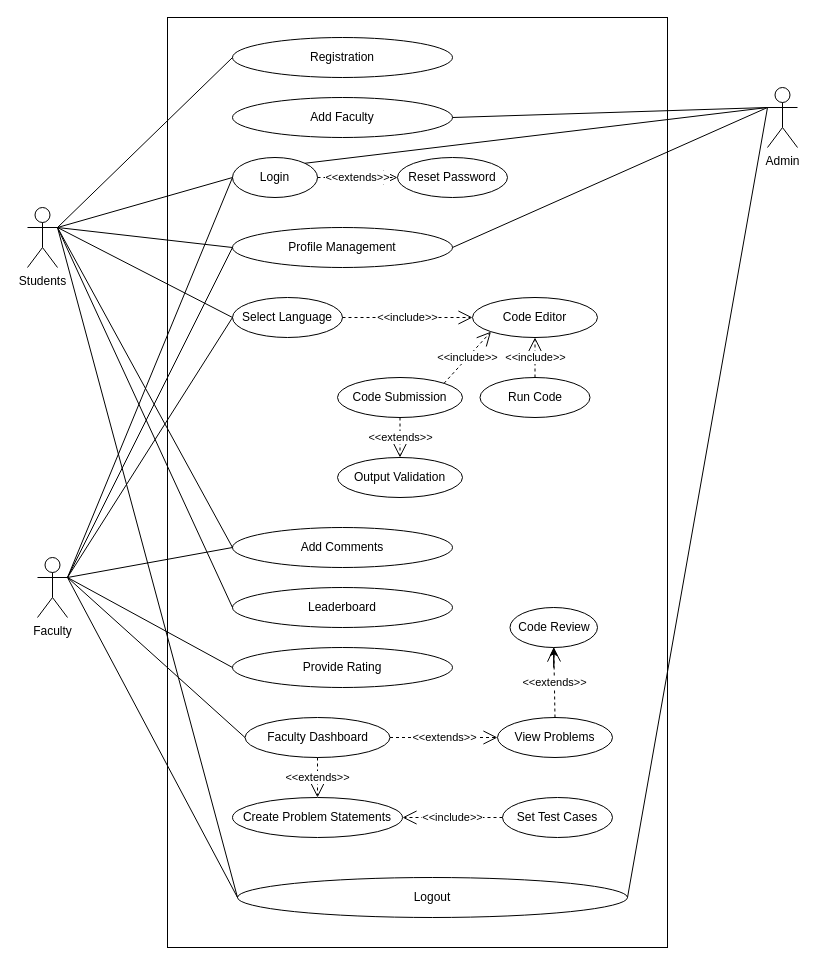
Above: Use case Diagram.drawio in shamim36/Final-Defence-Diagram (draw.io), before the change. Source tidied: cells renumbered, new cells numbered last; positions are measured from the earlier drawing's top-left corner, leaving out a move shared by most shapes. Both pictures are drawn from the tidied source at 100%, with x=0, y=0 at pixel (27, 17).
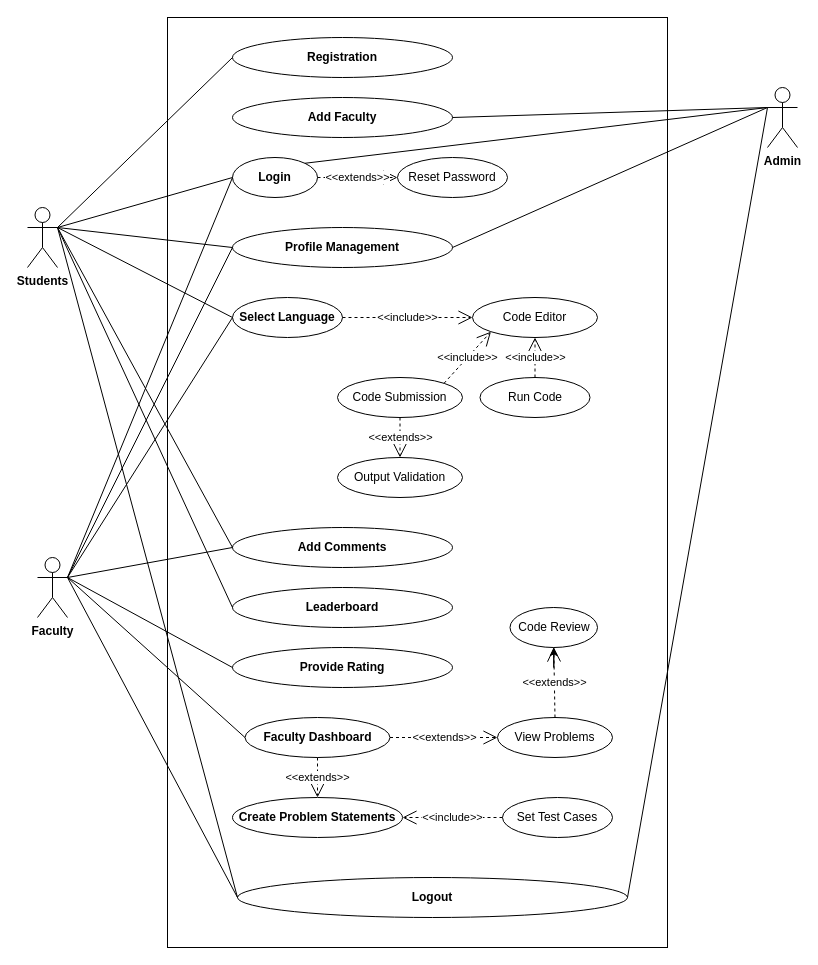
The same page after the edit.

The edit, as a diff of the source:
```diff
@@
-    <mxCell id="3" value="Registration" style="ellipse;whiteSpace=wrap;html=1;" parent="1" vertex="1">
+    <mxCell id="3" value="&lt;b&gt;Registration&lt;/b&gt;" style="ellipse;whiteSpace=wrap;html=1;" parent="1" vertex="1">
       <mxGeometry x="205" y="20" width="220" height="40" as="geometry" />
     </mxCell>
-    <mxCell id="4" value="Students" style="shape=umlActor;verticalLabelPosition=bottom;verticalAlign=top;html=1;outlineConnect=0;" parent="1" vertex="1">
+    <mxCell id="4" value="&lt;b&gt;Students&lt;/b&gt;" style="shape=umlActor;verticalLabelPosition=bottom;verticalAlign=top;html=1;outlineConnect=0;" parent="1" vertex="1">
       <mxGeometry y="190" width="30" height="60" as="geometry" />
     </mxCell>
-    <mxCell id="5" value="Faculty" style="shape=umlActor;verticalLabelPosition=bottom;verticalAlign=top;html=1;outlineConnect=0;" parent="1" vertex="1">
+    <mxCell id="5" value="&lt;b&gt;Faculty&lt;/b&gt;" style="shape=umlActor;verticalLabelPosition=bottom;verticalAlign=top;html=1;outlineConnect=0;" parent="1" vertex="1">
       <mxGeometry x="10" y="540" width="30" height="60" as="geometry" />
     </mxCell>
-    <mxCell id="6" value="Admin" style="shape=umlActor;verticalLabelPosition=bottom;verticalAlign=top;html=1;outlineConnect=0;" parent="1" vertex="1">
+    <mxCell id="6" value="&lt;b&gt;Admin&lt;/b&gt;" style="shape=umlActor;verticalLabelPosition=bottom;verticalAlign=top;html=1;outlineConnect=0;" parent="1" vertex="1">
       <mxGeometry x="740" y="70" width="30" height="60" as="geometry" />
     </mxCell>
-    <mxCell id="7" value="Logout" style="ellipse;whiteSpace=wrap;html=1;" parent="1" vertex="1">
+    <mxCell id="7" value="&lt;b&gt;Logout&lt;/b&gt;" style="ellipse;whiteSpace=wrap;html=1;" parent="1" vertex="1">
       <mxGeometry x="210" y="860" width="390" height="40" as="geometry" />
     </mxCell>
-    <mxCell id="8" value="Profile Management" style="ellipse;whiteSpace=wrap;html=1;" parent="1" vertex="1">
+    <mxCell id="8" value="&lt;b&gt;Profile Management&lt;/b&gt;" style="ellipse;whiteSpace=wrap;html=1;" parent="1" vertex="1">
       <mxGeometry x="205" y="210" width="220" height="40" as="geometry" />
     </mxCell>
@@
-    <mxCell id="10" value="Faculty Dashboard" style="ellipse;whiteSpace=wrap;html=1;" parent="1" vertex="1">
+    <mxCell id="10" value="&lt;b&gt;Faculty Dashboard&lt;/b&gt;" style="ellipse;whiteSpace=wrap;html=1;" parent="1" vertex="1">
       <mxGeometry x="217.5" y="700" width="145" height="40" as="geometry" />
     </mxCell>
@@
-    <mxCell id="12" value="Add Faculty" style="ellipse;whiteSpace=wrap;html=1;" parent="1" vertex="1">
+    <mxCell id="12" value="&lt;b&gt;Add Faculty&lt;/b&gt;" style="ellipse;whiteSpace=wrap;html=1;" parent="1" vertex="1">
       <mxGeometry x="205" y="80" width="220" height="40" as="geometry" />
     </mxCell>
-    <mxCell id="13" value="Login" style="ellipse;whiteSpace=wrap;html=1;" parent="1" vertex="1">
+    <mxCell id="13" value="&lt;b&gt;Login&lt;/b&gt;" style="ellipse;whiteSpace=wrap;html=1;" parent="1" vertex="1">
       <mxGeometry x="205" y="140" width="85" height="40" as="geometry" />
     </mxCell>
@@
-    <mxCell id="15" value="Select Language" style="ellipse;whiteSpace=wrap;html=1;" parent="1" vertex="1">
+    <mxCell id="15" value="&lt;b&gt;Select Language&lt;/b&gt;" style="ellipse;whiteSpace=wrap;html=1;" parent="1" vertex="1">
       <mxGeometry x="205" y="280" width="110" height="40" as="geometry" />
     </mxCell>
@@
-    <mxCell id="20" value="Add Comments" style="ellipse;whiteSpace=wrap;html=1;" parent="1" vertex="1">
+    <mxCell id="20" value="&lt;b&gt;Add Comments&lt;/b&gt;" style="ellipse;whiteSpace=wrap;html=1;" parent="1" vertex="1">
       <mxGeometry x="205" y="510" width="220" height="40" as="geometry" />
     </mxCell>
-    <mxCell id="21" value="Leaderboard" style="ellipse;whiteSpace=wrap;html=1;" parent="1" vertex="1">
+    <mxCell id="21" value="&lt;b&gt;Leaderboard&lt;/b&gt;" style="ellipse;whiteSpace=wrap;html=1;" parent="1" vertex="1">
       <mxGeometry x="205" y="570" width="220" height="40" as="geometry" />
     </mxCell>
-    <mxCell id="22" value="Provide Rating" style="ellipse;whiteSpace=wrap;html=1;" parent="1" vertex="1">
+    <mxCell id="22" value="&lt;b&gt;Provide Rating&lt;/b&gt;" style="ellipse;whiteSpace=wrap;html=1;" parent="1" vertex="1">
       <mxGeometry x="205" y="630" width="220" height="40" as="geometry" />
     </mxCell>
-    <mxCell id="23" value="Create Problem Statements" style="ellipse;whiteSpace=wrap;html=1;" parent="1" vertex="1">
+    <mxCell id="23" value="&lt;b&gt;Create Problem Statements&lt;/b&gt;" style="ellipse;whiteSpace=wrap;html=1;" parent="1" vertex="1">
       <mxGeometry x="205" y="780" width="170" height="40" as="geometry" />
     </mxCell>
```
